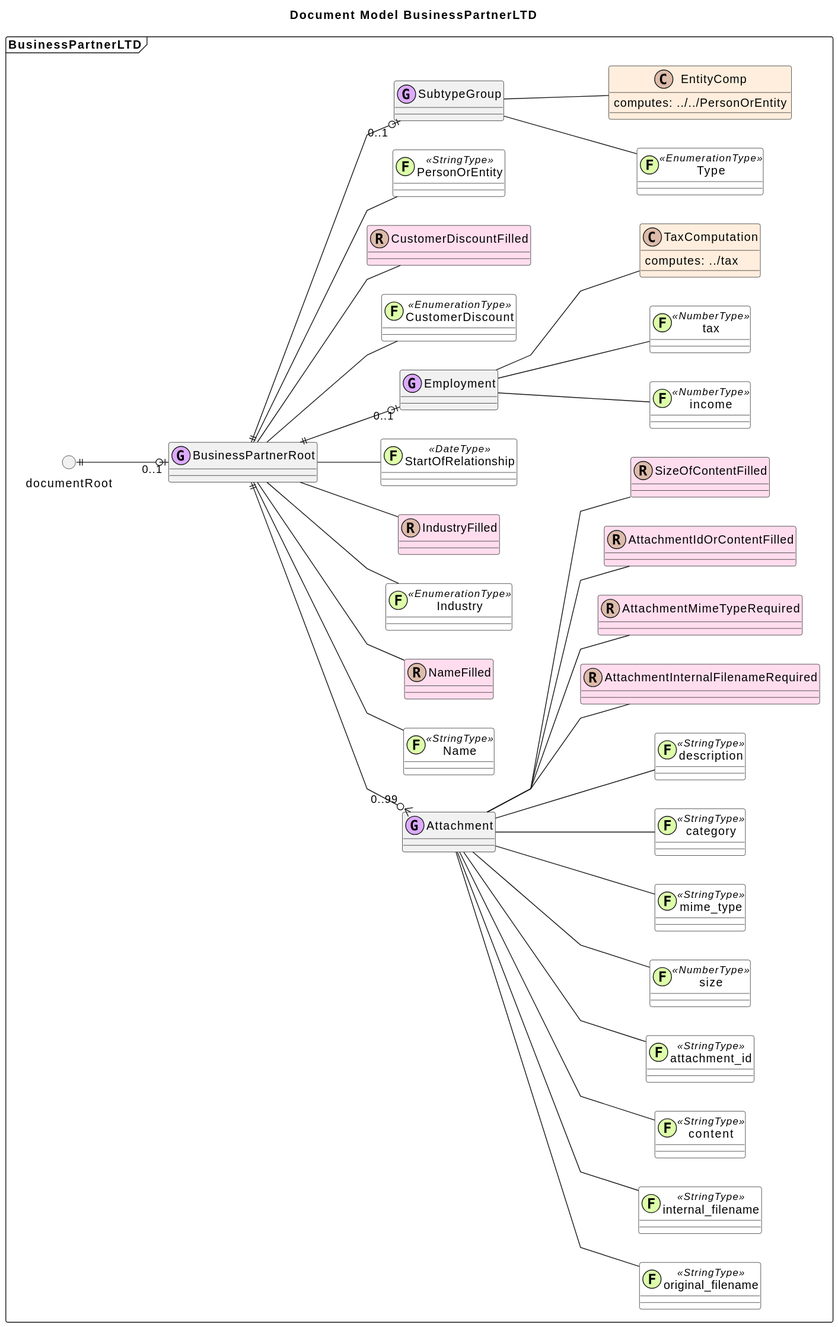
Earlier version of the PlantUML export dataservices-test-resources/src/main/resources/diagrams/images/BusinessPartnerLTD.svg (mgm-tp/a12-dataservices). Its source is kept beside it as dataservices-test-resources/src/main/resources/diagrams/generated/BusinessPartnerLTD.puml. Source of this version:
```plantuml
@startuml

!procedure group(x)
class x << (G,#DDAAFF) >>
!endprocedure

!procedure cdmGroup(x)
group(x) #DDEEFF
!endprocedure

!procedure field(x)
class x << (F,#DDFFAA) >> #White
!endprocedure

!procedure embeddedField(name, type, fieldType)
name <<type>>: fieldType
!endprocedure

!procedure rule(x)
class x << (R,#DDBBAA) >> #FFDDEE
!endprocedure

!procedure embeddedRule(name, type)
<back:FFDDEE>name() <<type>></back>
!endprocedure

!procedure embeddedRule(name, type, $errorCondition)
.. <back:FFDDEE> name <<type>> </back> ..
<back:FFDDEE>errorCondition:</back> $errorCondition
!endprocedure

!procedure computation(x)
class x << (C,#DDBBAA) >> #FFEEDD
!endprocedure

!procedure computationAlternative($operation, $precondition)
.. alternative ..
operation: $operation
precondition: $precondition
!endprocedure

!procedure embeddedComputation(name, type, $operation, $precondition)
.. <back:FFEEDD> name <<type>> </back> ..
<back:FFEEDD>operation:</back> $operation
<back:FFEEDD>precondition:</back> $precondition
!endprocedure

!procedure document(x)
class x << (D,#AADDBB) >> #PowderBlue
!endprocedure

!procedure embeddedComputation(name, type )
<back:FFEEDD>name() <<type>></back>
!endprocedure

!procedure linkDocument(x)
class x << (L,#AADDFF) >> #PeachPuff
!endprocedure

!procedure linkGroup(x)
group(x) #PeachPuff
!endprocedure

!procedure relLink($name,$rmId,$link1,$link2,$ld="")
circle $name as $rmId #PeachPuff
$rmId $link1
$rmId $link2
!if $ld!=""
$rmId -[#IndianRed]right $ld: <<linkDocument>>
linkDocument($ld)
!endif
!endprocedure

skinparam linetype polyline
left to right direction

title Document Model BusinessPartnerLTD

package "BusinessPartnerLTD" as BusinessPartnerLTD <<Frame>> {
	() "documentRoot" as BusinessPartnerLTDDocumentRoot
	group('"BusinessPartnerRoot" as group_36405')
	group('"Attachment" as G77')
	field('"original_filename" as F21 <<StringType>>')
	G77 -- F21
	field('"internal_filename" as F22 <<StringType>>')
	G77 -- F22
	field('"content" as F23 <<StringType>>')
	G77 -- F23
	field('"attachment_id" as F24 <<StringType>>')
	G77 -- F24
	field('"size" as F25 <<NumberType>>')
	G77 -- F25
	field('"mime_type" as F26 <<StringType>>')
	G77 -- F26
	field('"category" as F27 <<StringType>>')
	G77 -- F27
	field('"description" as F28 <<StringType>>')
	G77 -- F28
	rule('"AttachmentInternalFilenameRequired" as R29') {
}
	G77 -- R29
	rule('"AttachmentMimeTypeRequired" as R30') {
}
	G77 -- R30
	rule('"AttachmentIdOrContentFilled" as R31') {
}
	G77 -- R31
	rule('"SizeOfContentFilled" as R32') {
}
	G77 -- R32

	group_36405 ||--o{ "0..99" G77
	field('"Name" as field_fe6b2 <<StringType>>')
	group_36405 -- field_fe6b2
	rule('"NameFilled" as R33') {
}
	group_36405 -- R33
	field('"Industry" as field_d6580 <<EnumerationType>>')
	group_36405 -- field_d6580
	rule('"IndustryFilled" as R34') {
}
	group_36405 -- R34
	field('"StartOfRelationship" as field_663d2 <<DateType>>')
	group_36405 -- field_663d2
	group('"Employment" as G2')
	field('"income" as field_3920 <<NumberType>>')
	G2 -- field_3920
	field('"tax" as field_1c326 <<NumberType>>')
	G2 -- field_1c326
	computation('"TaxComputation" as computation_8a180') {
computes: ../tax
}
	G2 -- computation_8a180

	group_36405 ||--o| "0..1" G2
	field('"CustomerDiscount" as field_74a24 <<EnumerationType>>')
	group_36405 -- field_74a24
	rule('"CustomerDiscountFilled" as R35') {
}
	group_36405 -- R35
	field('"PersonOrEntity" as field_ab26d <<StringType>>')
	group_36405 -- field_ab26d
	group('"SubtypeGroup" as group_b7bb6')
	field('"Type" as field_0f29a <<EnumerationType>>')
	group_b7bb6 -- field_0f29a
	computation('"EntityComp" as computation_f8ee5') {
computes: ../../PersonOrEntity
}
	group_b7bb6 -- computation_f8ee5

	group_36405 ||--o| "0..1" group_b7bb6

	BusinessPartnerLTDDocumentRoot ||--o| "0..1" group_36405

}
@enduml
```
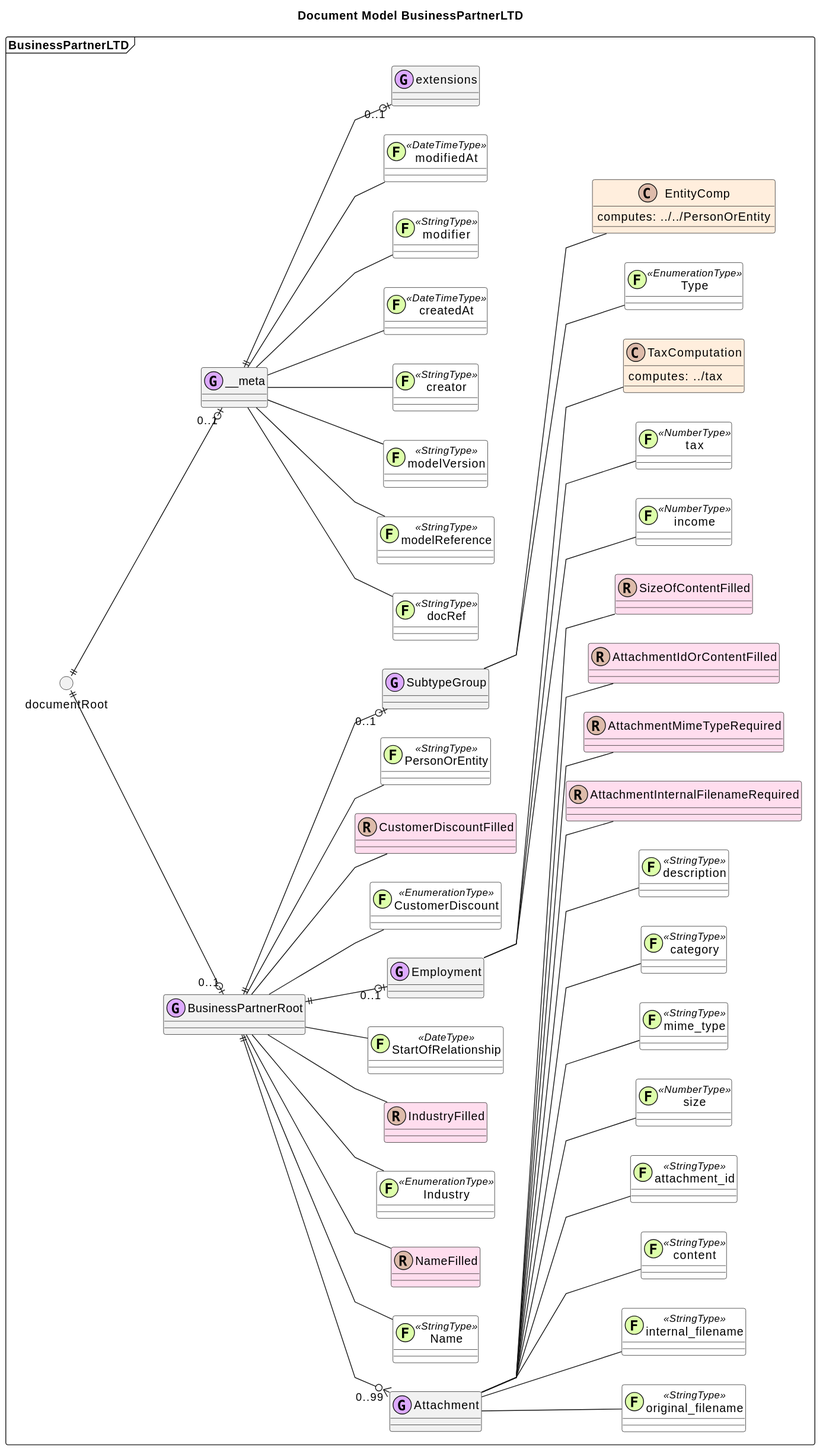
Later version of the same file.

Diff of the diagram source:
```diff
@@ -152,5 +152,26 @@
 
 	BusinessPartnerLTDDocumentRoot ||--o| "0..1" group_36405
 
+	group('"__meta" as abc6a6767a60488754aace2accb73824_group_8f4b1')
+	field('"docRef" as abc6a6767a60488754aace2accb73824_field_1169c <<StringType>>')
+	abc6a6767a60488754aace2accb73824_group_8f4b1 -- abc6a6767a60488754aace2accb73824_field_1169c
+	field('"modelReference" as abc6a6767a60488754aace2accb73824_field_cfb40 <<StringType>>')
+	abc6a6767a60488754aace2accb73824_group_8f4b1 -- abc6a6767a60488754aace2accb73824_field_cfb40
+	field('"modelVersion" as abc6a6767a60488754aace2accb73824_field_17e3b <<StringType>>')
+	abc6a6767a60488754aace2accb73824_group_8f4b1 -- abc6a6767a60488754aace2accb73824_field_17e3b
+	field('"creator" as abc6a6767a60488754aace2accb73824_field_cdaf9 <<StringType>>')
+	abc6a6767a60488754aace2accb73824_group_8f4b1 -- abc6a6767a60488754aace2accb73824_field_cdaf9
+	field('"createdAt" as abc6a6767a60488754aace2accb73824_field_65672 <<DateTimeType>>')
+	abc6a6767a60488754aace2accb73824_group_8f4b1 -- abc6a6767a60488754aace2accb73824_field_65672
+	field('"modifier" as abc6a6767a60488754aace2accb73824_field_1fa32 <<StringType>>')
+	abc6a6767a60488754aace2accb73824_group_8f4b1 -- abc6a6767a60488754aace2accb73824_field_1fa32
+	field('"modifiedAt" as abc6a6767a60488754aace2accb73824_field_5cd66 <<DateTimeType>>')
+	abc6a6767a60488754aace2accb73824_group_8f4b1 -- abc6a6767a60488754aace2accb73824_field_5cd66
+	group('"extensions" as abc6a6767a60488754aace2accb73824_group_4c9a1')
+
+	abc6a6767a60488754aace2accb73824_group_8f4b1 ||--o| "0..1" abc6a6767a60488754aace2accb73824_group_4c9a1
+
+	BusinessPartnerLTDDocumentRoot ||--o| "0..1" abc6a6767a60488754aace2accb73824_group_8f4b1
+
 }
 @enduml
```
